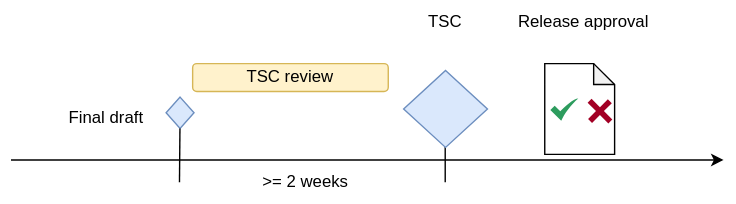
The draw.io diagram content/modules/compendium/assets/images/asam/release_phase_timeline.drawio.svg in asam-ev/asam-project-guide-content, before a commit. Source tidied: cells renumbered, new cells last; positions are measured from the earlier drawing's top-left corner, leaving out a move shared by most shapes.
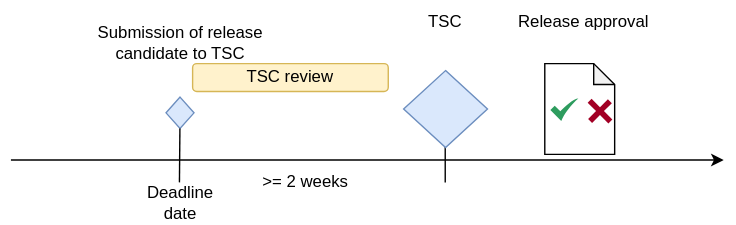
Later version of the same file.

What changed in the source:
```diff
@@ -17,8 +17,8 @@
     <mxCell id="5" value="TSC" style="text;html=1;strokeColor=none;fillColor=none;align=center;verticalAlign=middle;whiteSpace=wrap;rounded=0;fontColor=#000000;" parent="1" vertex="1">
       <mxGeometry x="261" width="100" height="30" as="geometry" />
     </mxCell>
-    <mxCell id="6" value="Final draft&amp;nbsp;" style="text;html=1;strokeColor=none;fillColor=none;align=center;verticalAlign=middle;whiteSpace=wrap;rounded=0;fontColor=#000000;" parent="1" vertex="1">
-      <mxGeometry x="20" y="69" width="100" height="30" as="geometry" />
+    <mxCell id="6" value="Submission of release candidate to TSC" style="text;html=1;strokeColor=none;fillColor=none;align=center;verticalAlign=middle;whiteSpace=wrap;rounded=0;fontColor=#000000;" parent="1" vertex="1">
+      <mxGeometry x="58.5" y="15" width="125" height="30" as="geometry" />
     </mxCell>
     <mxCell id="7" value="Release approval" style="text;html=1;strokeColor=none;fillColor=none;align=center;verticalAlign=middle;whiteSpace=wrap;rounded=0;fontColor=#000000;" parent="1" vertex="1">
       <mxGeometry x="360" width="100" height="30" as="geometry" />
@@ -60,5 +60,8 @@
         <mxPoint x="120.6" y="130" as="sourcePoint" />
       </mxGeometry>
     </mxCell>
+    <mxCell id="18" value="Deadline&lt;br&gt;date" style="text;html=1;strokeColor=none;fillColor=none;align=center;verticalAlign=middle;whiteSpace=wrap;rounded=0;fontColor=#000000;" parent="1" vertex="1">
+      <mxGeometry x="82.8" y="130" width="76.5" height="30" as="geometry" />
+    </mxCell>
   </root>
 </mxGraphModel>
```
